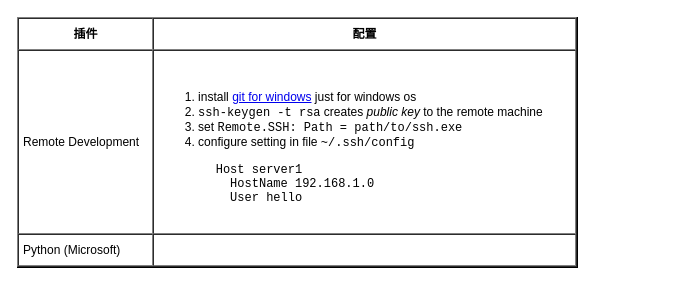
This is page "plugins" (4 of 4) of editor/vscode/vscode.drawio from yangdj/tf_docs, a draw.io file, before an edit. Source tidied: cells renumbered, new cells numbered last; positions are measured from the earlier drawing's top-left corner, leaving out a move shared by most shapes. Both pictures are drawn from the tidied source at 100%, with x=0, y=0 at pixel (17, 17).
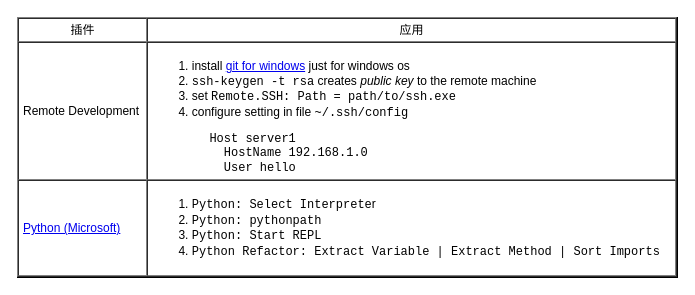
The same page after the edit.

The edit, as a diff of the source:
```diff
@@
 <mxGraphModel>
   <root>
     <mxCell id="0" />
     <mxCell id="1" parent="0" />
-    <mxCell id="2" value="&lt;table cellpadding=&quot;4&quot; cellspacing=&quot;0&quot; border=&quot;1&quot; style=&quot;font-size: 1em ; width: 100% ; height: 100%&quot;&gt;&lt;tbody&gt;&lt;tr&gt;&lt;th style=&quot;text-align: center&quot;&gt;插件&lt;/th&gt;&lt;th style=&quot;text-align: center&quot;&gt;配置&lt;/th&gt;&lt;/tr&gt;&lt;tr&gt;&lt;td&gt;Remote Development&lt;/td&gt;&lt;td&gt;&lt;ol&gt;&lt;li&gt;install &lt;a href=&quot;https://git-scm.com/download/win&quot;&gt;git for windows&lt;/a&gt;&amp;nbsp;just for windows os&lt;/li&gt;&lt;li&gt;&lt;font face=&quot;Courier New&quot;&gt;ssh-keygen -t rsa&lt;/font&gt;&amp;nbsp;creates &lt;i&gt;public key&lt;/i&gt; to the remote machine&lt;/li&gt;&lt;li&gt;set &lt;font face=&quot;Courier New&quot;&gt;Remote.SSH: Path = path/to/ssh.exe&lt;/font&gt;&lt;/li&gt;&lt;li&gt;configure setting in file &lt;font face=&quot;Courier New&quot;&gt;~/.ssh/config&lt;/font&gt;&lt;/li&gt;&lt;/ol&gt;&lt;div&gt;&lt;font face=&quot;Courier New&quot;&gt;&lt;div&gt;&amp;nbsp; &amp;nbsp; &amp;nbsp; &amp;nbsp; Host server1&lt;/div&gt;&lt;div&gt;&amp;nbsp; &amp;nbsp; &amp;nbsp; &amp;nbsp; &amp;nbsp; HostName 192.168.1.0&lt;/div&gt;&lt;div&gt;&amp;nbsp; &amp;nbsp; &amp;nbsp; &amp;nbsp; &amp;nbsp; User hello&lt;/div&gt;&lt;/font&gt;&lt;/div&gt;&lt;/td&gt;&lt;/tr&gt;&lt;tr&gt;&lt;td&gt;Python (Microsoft)&lt;/td&gt;&lt;td&gt;&lt;/td&gt;&lt;/tr&gt;&lt;/tbody&gt;&lt;/table&gt; " style="verticalAlign=top;align=left;overflow=fill;fontSize=12;fontFamily=Helvetica;html=1;" parent="1" vertex="1">
-      <mxGeometry width="560" height="250" as="geometry" />
+    <mxCell id="2" value="&lt;table cellpadding=&quot;4&quot; cellspacing=&quot;0&quot; border=&quot;1&quot; style=&quot;font-size: 1em ; width: 100% ; height: 100%&quot;&gt;&lt;tbody&gt;&lt;tr&gt;&lt;th style=&quot;text-align: center&quot;&gt;&lt;span style=&quot;font-weight: normal&quot;&gt;插件&lt;/span&gt;&lt;/th&gt;&lt;th style=&quot;text-align: center&quot;&gt;&lt;span style=&quot;font-weight: normal&quot;&gt;应用&lt;/span&gt;&lt;/th&gt;&lt;/tr&gt;&lt;tr&gt;&lt;td&gt;Remote Development&lt;/td&gt;&lt;td&gt;&lt;ol&gt;&lt;li&gt;install &lt;a href=&quot;https://git-scm.com/download/win&quot;&gt;git for windows&lt;/a&gt;&amp;nbsp;just for windows os&lt;/li&gt;&lt;li&gt;&lt;font face=&quot;Courier New&quot;&gt;ssh-keygen -t rsa&lt;/font&gt;&amp;nbsp;creates &lt;i&gt;public key&lt;/i&gt; to the remote machine&lt;/li&gt;&lt;li&gt;set &lt;font face=&quot;Courier New&quot;&gt;Remote.SSH: Path = path/to/ssh.exe&lt;/font&gt;&lt;/li&gt;&lt;li&gt;configure setting in file &lt;font face=&quot;Courier New&quot;&gt;~/.ssh/config&lt;/font&gt;&lt;/li&gt;&lt;/ol&gt;&lt;div&gt;&lt;font face=&quot;Courier New&quot;&gt;&lt;div&gt;&amp;nbsp; &amp;nbsp; &amp;nbsp; &amp;nbsp; Host server1&lt;/div&gt;&lt;div&gt;&amp;nbsp; &amp;nbsp; &amp;nbsp; &amp;nbsp; &amp;nbsp; HostName 192.168.1.0&lt;/div&gt;&lt;div&gt;&amp;nbsp; &amp;nbsp; &amp;nbsp; &amp;nbsp; &amp;nbsp; User hello&lt;/div&gt;&lt;/font&gt;&lt;/div&gt;&lt;/td&gt;&lt;/tr&gt;&lt;tr&gt;&lt;td&gt;&lt;a href=&quot;https://code.visualstudio.com/docs/python/python-tutorial&quot;&gt;Python (Microsoft)&lt;/a&gt;&lt;/td&gt;&lt;td&gt;&lt;ol&gt;&lt;li&gt;&lt;font face=&quot;Courier New&quot;&gt;Python: Select Interprete&lt;/font&gt;r&lt;/li&gt;&lt;li&gt;&lt;font face=&quot;Courier New&quot;&gt;Python: pythonpath&lt;/font&gt;&lt;/li&gt;&lt;li&gt;&lt;font face=&quot;Courier New&quot;&gt;Python: Start REPL&lt;/font&gt;&lt;/li&gt;&lt;li&gt;&lt;font face=&quot;Courier New&quot;&gt;Python Refactor: Extract Variable | Extract Method | Sort Imports&lt;br&gt;&lt;/font&gt;&lt;/li&gt;&lt;/ol&gt;&lt;/td&gt;&lt;/tr&gt;&lt;/tbody&gt;&lt;/table&gt; " style="verticalAlign=top;align=left;overflow=fill;fontSize=12;fontFamily=Helvetica;html=1;" parent="1" vertex="1">
+      <mxGeometry width="660" height="260" as="geometry" />
     </mxCell>
   </root>
 </mxGraphModel>
```
